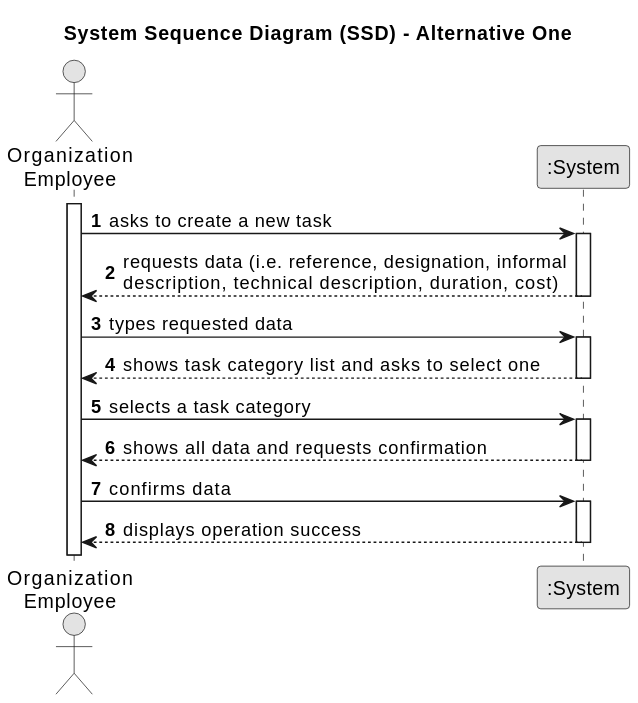
daniel41silva05/ISEP_2023_2024_LAPR2 keeps this PlantUML diagram as docs/sprintA/us001/01.requirements-engineering/svg/us006-system-sequence-diagram-alternative-one.svg. Above is the earlier version. The source it was exported from:
```plantuml
@startuml
skinparam monochrome true
skinparam packageStyle rectangle
skinparam shadowing false

title System Sequence Diagram (SSD) - Alternative One

autonumber

actor "Organization\nEmployee" as Employee
participant ":System" as System

activate Employee

    Employee -> System : asks to create a new task
    activate System

        System --> Employee : requests data (i.e. reference, designation, informal\ndescription, technical description, duration, cost)
    deactivate System

    Employee -> System : types requested data
    activate System

        System --> Employee : shows task category list and asks to select one
    deactivate System

    Employee -> System : selects a task category
    activate System

        System --> Employee : shows all data and requests confirmation
    deactivate System

    Employee -> System : confirms data
    activate System

        System --> Employee : displays operation success
    deactivate System
@enduml
```
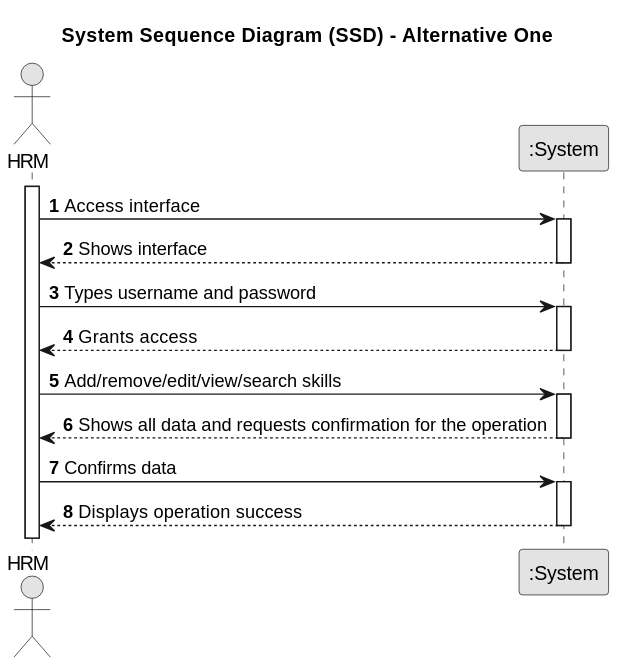
Above is the later version.

What changed in the source:
```diff
@@ -7,32 +7,32 @@
 
 autonumber
 
-actor "Organization\nEmployee" as Employee
+actor "HRM" as Employee
 participant ":System" as System
 
 activate Employee
 
-    Employee -> System : asks to create a new task
+    Employee -> System : Access interface
     activate System
 
-        System --> Employee : requests data (i.e. reference, designation, informal\ndescription, technical description, duration, cost)
+        System --> Employee : Shows interface
     deactivate System
 
-    Employee -> System : types requested data
+    Employee -> System : Types username and password
     activate System
 
-        System --> Employee : shows task category list and asks to select one
+        System --> Employee : Grants access
     deactivate System
 
-    Employee -> System : selects a task category
+    Employee -> System : Add/remove/edit/view/search skills
     activate System
 
-        System --> Employee : shows all data and requests confirmation
+        System --> Employee : Shows all data and requests confirmation for the operation
     deactivate System
 
-    Employee -> System : confirms data
+    Employee -> System : Confirms data
     activate System
 
-        System --> Employee : displays operation success
+        System --> Employee : Displays operation success
     deactivate System
 @enduml
```
